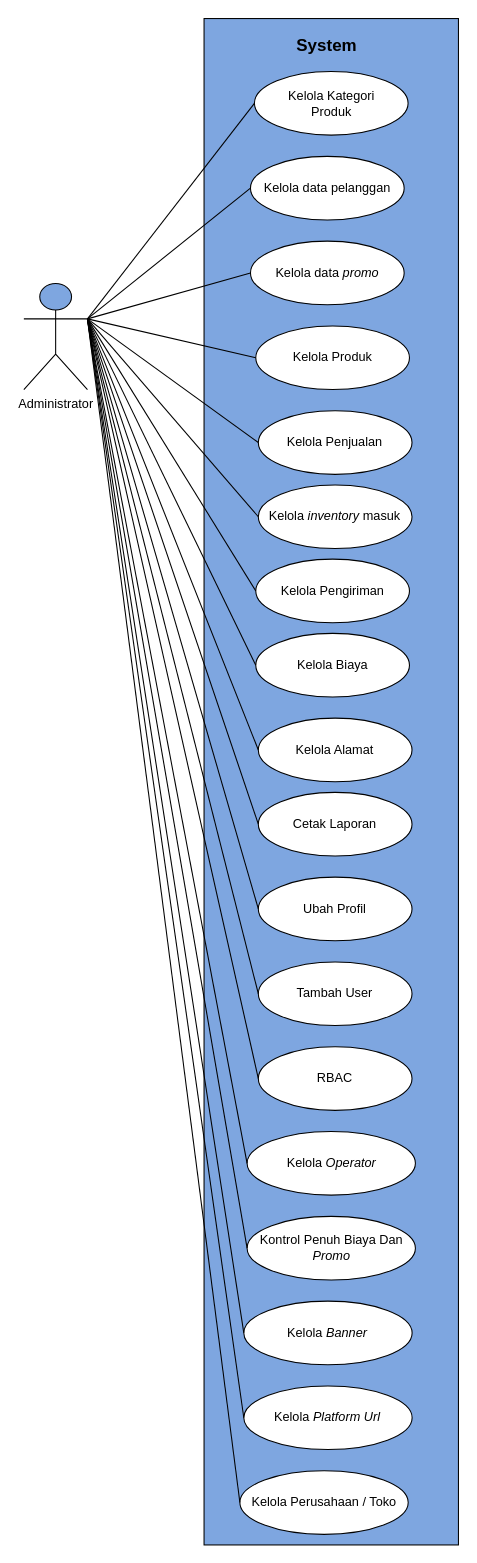
The draw.io diagram Boundary System Client.drawio in Simasco/diagram, before the edit. Source tidied: cells renumbered, new cells numbered last; positions are measured from the earlier drawing's top-left corner, leaving out a move shared by most shapes. Both pictures are drawn from the tidied source at 106%, with x=0, y=0 at pixel (23, 18).
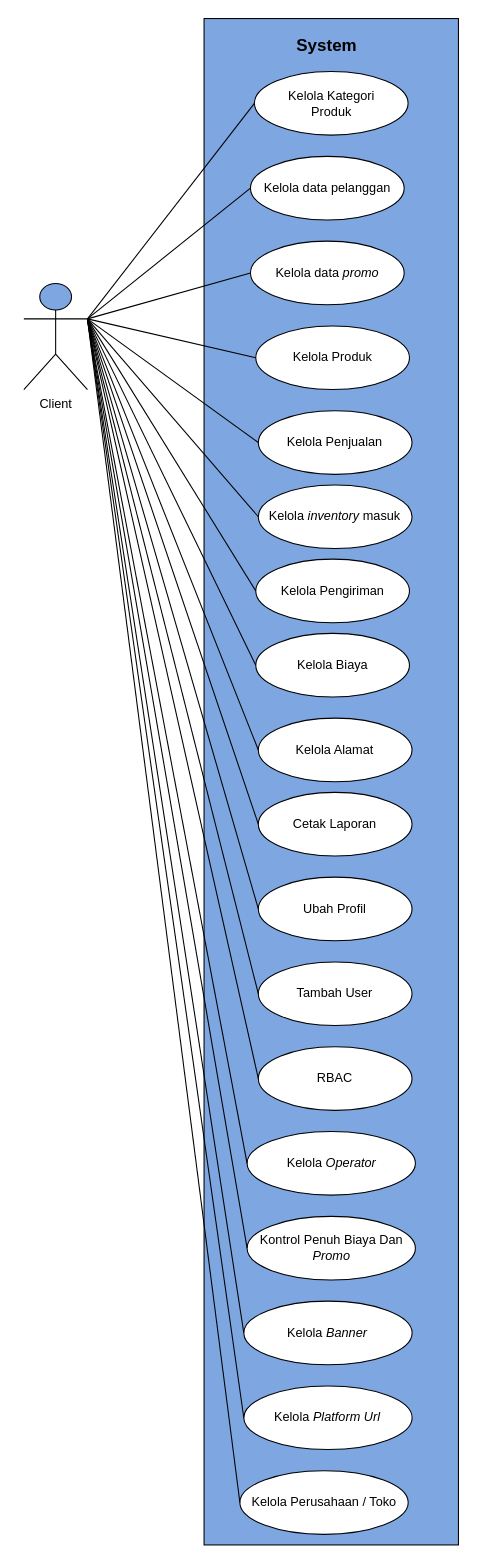
The same diagram, later.

Diff of the diagram source:
```diff
@@
-    <mxCell id="18" value="Administrator" style="shape=umlActor;verticalLabelPosition=bottom;verticalAlign=top;html=1;outlineConnect=0;fillColor=#7EA6E0;" parent="1" vertex="1">
+    <mxCell id="18" value="Client" style="shape=umlActor;verticalLabelPosition=bottom;verticalAlign=top;html=1;outlineConnect=0;fillColor=#7EA6E0;" parent="1" vertex="1">
       <mxGeometry y="250" width="60" height="100" as="geometry" />
     </mxCell>
```
